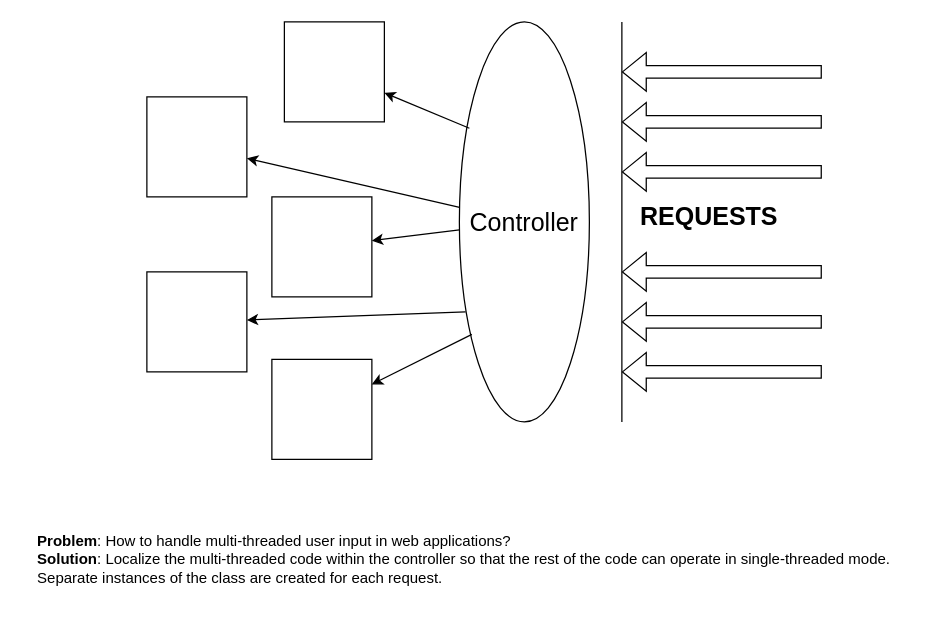
The draw.io diagram GRASP Patterns/Controller/Controller.drawio in weaver-0f-fate/proficiency_playground, before the edit. Source tidied: cells renumbered, new cells numbered last; positions are measured from the earlier drawing's top-left corner, leaving out a move shared by most shapes. Both pictures are drawn from the tidied source at 125%, with x=0, y=0 at pixel (21, 21).
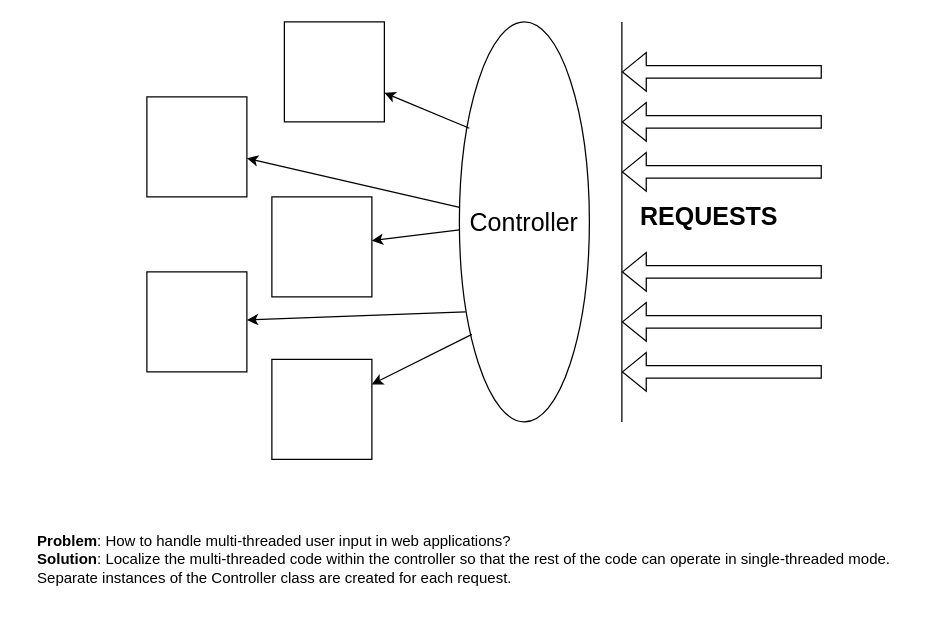
After the change.

Commit message (it also covers changes not shown here):
specified what instance is created during the request

Diff of the diagram source:
```diff
@@
-    <mxCell id="2" value="&lt;div style=&quot;text-align: justify;&quot;&gt;&lt;b style=&quot;background-color: initial;&quot;&gt;Problem&lt;/b&gt;&lt;span style=&quot;background-color: initial;&quot;&gt;:&amp;nbsp;&lt;/span&gt;&lt;span style=&quot;background-color: initial;&quot;&gt;How to handle multi-threaded user input in web applications?&lt;/span&gt;&lt;/div&gt;&lt;div style=&quot;text-align: justify;&quot;&gt;&lt;b style=&quot;font-weight: bold; background-color: initial;&quot;&gt;Solution&lt;/b&gt;&lt;span style=&quot;background-color: initial;&quot;&gt;:&amp;nbsp;&lt;/span&gt;&lt;span style=&quot;background-color: initial;&quot;&gt;Localize the multi-threaded code within the controller so that the rest of the code can operate in single-threaded mode.&amp;nbsp;&lt;/span&gt;&lt;/div&gt;&lt;div style=&quot;text-align: justify;&quot;&gt;&lt;span style=&quot;background-color: initial;&quot;&gt;Separate instances of the class are created for each request.&lt;/span&gt;&lt;/div&gt;" style="text;html=1;align=center;verticalAlign=middle;strokeColor=none;fillColor=none;sketch=0;" parent="1" vertex="1">
+    <mxCell id="2" value="&lt;div style=&quot;text-align: justify;&quot;&gt;&lt;b style=&quot;background-color: initial;&quot;&gt;Problem&lt;/b&gt;&lt;span style=&quot;background-color: initial;&quot;&gt;:&amp;nbsp;&lt;/span&gt;&lt;span style=&quot;background-color: initial;&quot;&gt;How to handle multi-threaded user input in web applications?&lt;/span&gt;&lt;/div&gt;&lt;div style=&quot;text-align: justify;&quot;&gt;&lt;b style=&quot;font-weight: bold; background-color: initial;&quot;&gt;Solution&lt;/b&gt;&lt;span style=&quot;background-color: initial;&quot;&gt;:&amp;nbsp;&lt;/span&gt;&lt;span style=&quot;background-color: initial;&quot;&gt;Localize the multi-threaded code within the controller so that the rest of the code can operate in single-threaded mode.&amp;nbsp;&lt;/span&gt;&lt;/div&gt;&lt;div style=&quot;text-align: justify;&quot;&gt;&lt;span style=&quot;background-color: initial;&quot;&gt;Separate instances of the Controller class are created for each request.&lt;/span&gt;&lt;/div&gt;" style="text;html=1;align=center;verticalAlign=middle;strokeColor=none;fillColor=none;sketch=0;" parent="1" vertex="1">
       <mxGeometry y="400" width="710" height="60" as="geometry" />
     </mxCell>
```
